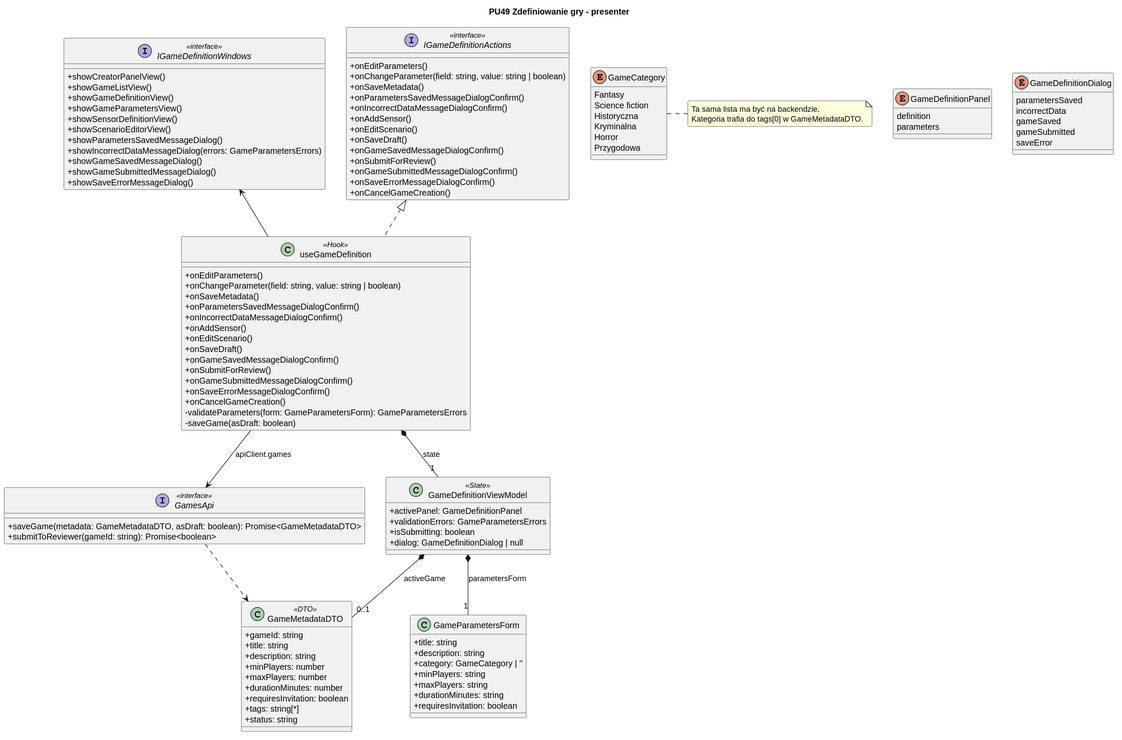
Igor-Ochocki/POP-2026Z keeps this PlantUML diagram as diagrams/frontend/rendered/game-definition-presenter.svg. Above is the earlier version. The source it was exported from:
```plantuml
@startuml
skinparam classAttributeIconSize 0
skinparam packageStyle rectangle
skinparam shadowing false
skinparam roundcorner 4
skinparam linetype polyline

title PU49 Zdefiniowanie gry - presenter

class useGameDefinition <<Hook>> {
    + onEditParameters()
    + onChangeParameter(field: string, value: string | boolean)
    + onSaveMetadata()
    + onParametersSavedMessageDialogConfirm()
    + onIncorrectDataMessageDialogConfirm()
    + onAddSensor()
    + onEditScenario()
    + onSaveDraft()
    + onGameSavedMessageDialogConfirm()
    + onSubmitForReview()
    + onGameSubmittedMessageDialogConfirm()
    + onSaveErrorMessageDialogConfirm()
    + onCancelGameCreation()
    - validateParameters(form: GameParametersForm): GameParametersErrors
    - saveGame(asDraft: boolean)
}

interface IGameDefinitionActions <<interface>> {
    + onEditParameters()
    + onChangeParameter(field: string, value: string | boolean)
    + onSaveMetadata()
    + onParametersSavedMessageDialogConfirm()
    + onIncorrectDataMessageDialogConfirm()
    + onAddSensor()
    + onEditScenario()
    + onSaveDraft()
    + onGameSavedMessageDialogConfirm()
    + onSubmitForReview()
    + onGameSubmittedMessageDialogConfirm()
    + onSaveErrorMessageDialogConfirm()
    + onCancelGameCreation()
}

interface IGameDefinitionWindows <<interface>> {
    + showCreatorPanelView()
    + showGameListView()
    + showGameDefinitionView()
    + showGameParametersView()
    + showSensorDefinitionView()
    + showScenarioEditorView()
    + showParametersSavedMessageDialog()
    + showIncorrectDataMessageDialog(errors: GameParametersErrors)
    + showGameSavedMessageDialog()
    + showGameSubmittedMessageDialog()
    + showSaveErrorMessageDialog()
}

interface GamesApi <<interface>> {
    + saveGame(metadata: GameMetadataDTO, asDraft: boolean): Promise<GameMetadataDTO>
    + submitToReviewer(gameId: string): Promise<boolean>
}

class GameDefinitionViewModel <<State>> {
    + activePanel: GameDefinitionPanel
    + validationErrors: GameParametersErrors
    + isSubmitting: boolean
    + dialog: GameDefinitionDialog | null
}

enum GameDefinitionPanel {
    definition
    parameters
}

enum GameDefinitionDialog {
    parametersSaved
    incorrectData
    gameSaved
    gameSubmitted
    saveError
}

class GameParametersForm {
    + title: string
    + description: string
    + category: GameCategory | ''
    + minPlayers: string
    + maxPlayers: string
    + durationMinutes: string
    + requiresInvitation: boolean
}

enum GameCategory {
    Fantasy
    Science fiction
    Historyczna
    Kryminalna
    Horror
    Przygodowa
}

class GameMetadataDTO <<DTO>> {
    + gameId: string
    + title: string
    + description: string
    + minPlayers: number
    + maxPlayers: number
    + durationMinutes: number
    + requiresInvitation: boolean
    + tags: string[*]
    + status: string
}

useGameDefinition .u.|> IGameDefinitionActions
useGameDefinition -u-> IGameDefinitionWindows
useGameDefinition --> GamesApi : apiClient.games
useGameDefinition *-- "1" GameDefinitionViewModel : state

GameDefinitionViewModel *-- "1" GameParametersForm : parametersForm
GameDefinitionViewModel *-- "0..1" GameMetadataDTO : activeGame
GamesApi ..> GameMetadataDTO

note right of GameCategory
    Ta sama lista ma być na backendzie.
    Kategoria trafia do tags[0] w GameMetadataDTO.
end note
@enduml
```
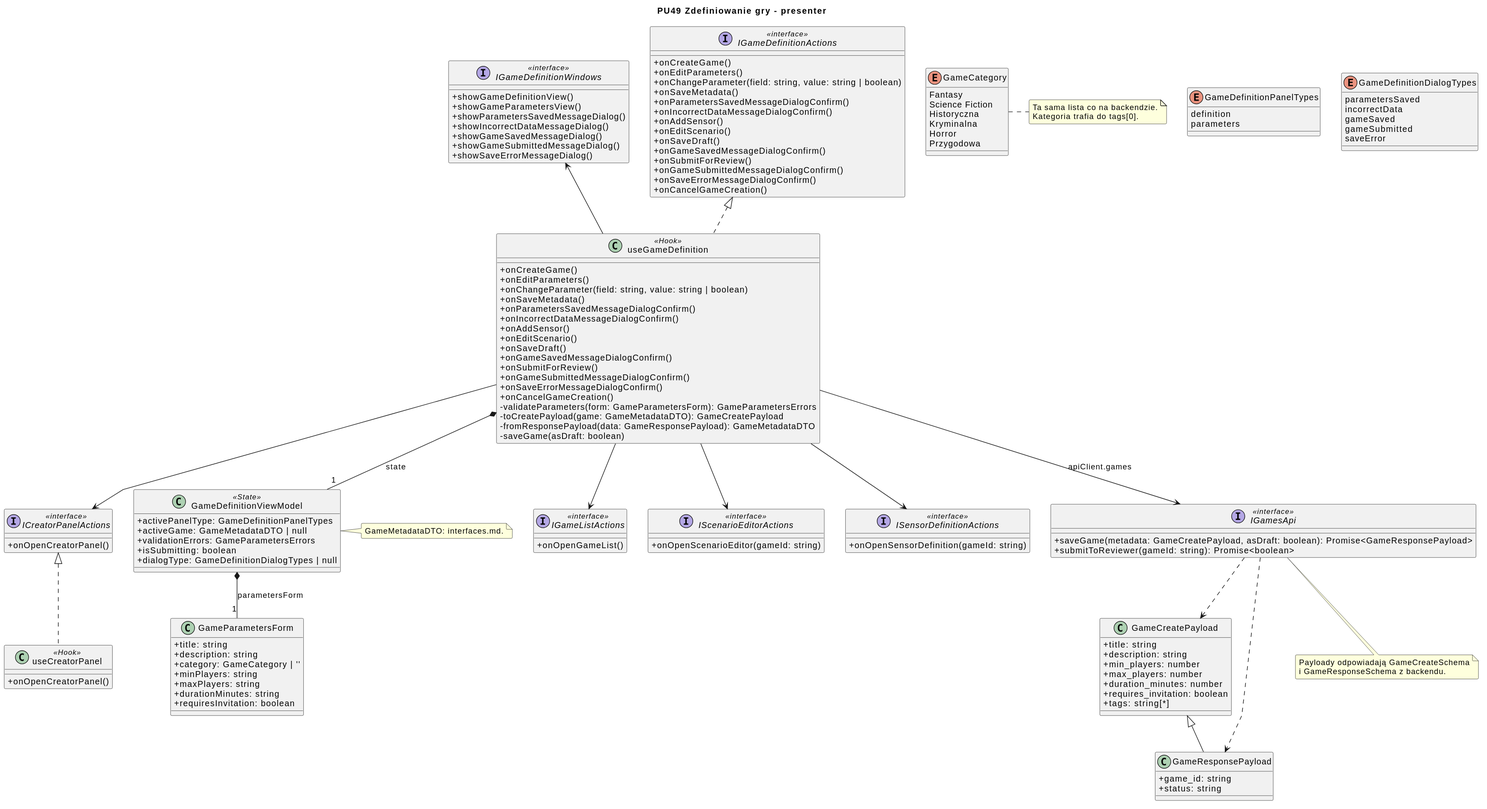
Above is the later version.

Commit message:
PU49/fe: diagramy pod nawigację przez prezentery i IGamesApi

The edit, as a diff of the source:
```diff
@@ -8,6 +8,7 @@
 title PU49 Zdefiniowanie gry - presenter
 
 class useGameDefinition <<Hook>> {
+    + onCreateGame()
     + onEditParameters()
     + onChangeParameter(field: string, value: string | boolean)
     + onSaveMetadata()
@@ -22,10 +23,13 @@
     + onSaveErrorMessageDialogConfirm()
     + onCancelGameCreation()
     - validateParameters(form: GameParametersForm): GameParametersErrors
+    - toCreatePayload(game: GameMetadataDTO): GameCreatePayload
+    - fromResponsePayload(data: GameResponsePayload): GameMetadataDTO
     - saveGame(asDraft: boolean)
 }
 
 interface IGameDefinitionActions <<interface>> {
+    + onCreateGame()
     + onEditParameters()
     + onChangeParameter(field: string, value: string | boolean)
     + onSaveMetadata()
@@ -42,37 +46,69 @@
 }
 
 interface IGameDefinitionWindows <<interface>> {
-    + showCreatorPanelView()
-    + showGameListView()
     + showGameDefinitionView()
     + showGameParametersView()
-    + showSensorDefinitionView()
-    + showScenarioEditorView()
     + showParametersSavedMessageDialog()
-    + showIncorrectDataMessageDialog(errors: GameParametersErrors)
+    + showIncorrectDataMessageDialog()
     + showGameSavedMessageDialog()
     + showGameSubmittedMessageDialog()
     + showSaveErrorMessageDialog()
 }
 
-interface GamesApi <<interface>> {
-    + saveGame(metadata: GameMetadataDTO, asDraft: boolean): Promise<GameMetadataDTO>
+interface ICreatorPanelActions <<interface>> {
+    + onOpenCreatorPanel()
+}
+
+class useCreatorPanel <<Hook>> {
+    + onOpenCreatorPanel()
+}
+
+interface IGameListActions <<interface>> {
+    + onOpenGameList()
+}
+
+interface IScenarioEditorActions <<interface>> {
+    + onOpenScenarioEditor(gameId: string)
+}
+
+interface ISensorDefinitionActions <<interface>> {
+    + onOpenSensorDefinition(gameId: string)
+}
+
+interface IGamesApi <<interface>> {
+    + saveGame(metadata: GameCreatePayload, asDraft: boolean): Promise<GameResponsePayload>
     + submitToReviewer(gameId: string): Promise<boolean>
 }
 
+class GameCreatePayload {
+    + title: string
+    + description: string
+    + min_players: number
+    + max_players: number
+    + duration_minutes: number
+    + requires_invitation: boolean
+    + tags: string[*]
+}
+
+class GameResponsePayload {
+    + game_id: string
+    + status: string
+}
+
 class GameDefinitionViewModel <<State>> {
-    + activePanel: GameDefinitionPanel
+    + activePanelType: GameDefinitionPanelTypes
+    + activeGame: GameMetadataDTO | null
     + validationErrors: GameParametersErrors
     + isSubmitting: boolean
-    + dialog: GameDefinitionDialog | null
+    + dialogType: GameDefinitionDialogTypes | null
 }
 
-enum GameDefinitionPanel {
+enum GameDefinitionPanelTypes {
     definition
     parameters
 }
 
-enum GameDefinitionDialog {
+enum GameDefinitionDialogTypes {
     parametersSaved
     incorrectData
     gameSaved
@@ -92,36 +128,39 @@
 
 enum GameCategory {
     Fantasy
-    Science fiction
+    Science Fiction
     Historyczna
     Kryminalna
     Horror
     Przygodowa
 }
 
-class GameMetadataDTO <<DTO>> {
-    + gameId: string
-    + title: string
-    + description: string
-    + minPlayers: number
-    + maxPlayers: number
-    + durationMinutes: number
-    + requiresInvitation: boolean
-    + tags: string[*]
-    + status: string
-}
-
 useGameDefinition .u.|> IGameDefinitionActions
 useGameDefinition -u-> IGameDefinitionWindows
-useGameDefinition --> GamesApi : apiClient.games
+useCreatorPanel .u.|> ICreatorPanelActions
+useGameDefinition --> ICreatorPanelActions
+useGameDefinition --> IGameListActions
+useGameDefinition --> IScenarioEditorActions
+useGameDefinition --> ISensorDefinitionActions
+useGameDefinition --> IGamesApi : apiClient.games
 useGameDefinition *-- "1" GameDefinitionViewModel : state
 
 GameDefinitionViewModel *-- "1" GameParametersForm : parametersForm
-GameDefinitionViewModel *-- "0..1" GameMetadataDTO : activeGame
-GamesApi ..> GameMetadataDTO
+GameResponsePayload -u-|> GameCreatePayload
+IGamesApi ..> GameCreatePayload
+IGamesApi ..> GameResponsePayload
+
+note right of GameDefinitionViewModel
+    GameMetadataDTO: interfaces.md.
+end note
 
 note right of GameCategory
-    Ta sama lista ma być na backendzie.
-    Kategoria trafia do tags[0] w GameMetadataDTO.
+    Ta sama lista co na backendzie.
+    Kategoria trafia do tags[0].
+end note
+
+note bottom of IGamesApi
+    Payloady odpowiadają GameCreateSchema
+    i GameResponseSchema z backendu.
 end note
 @enduml
```
